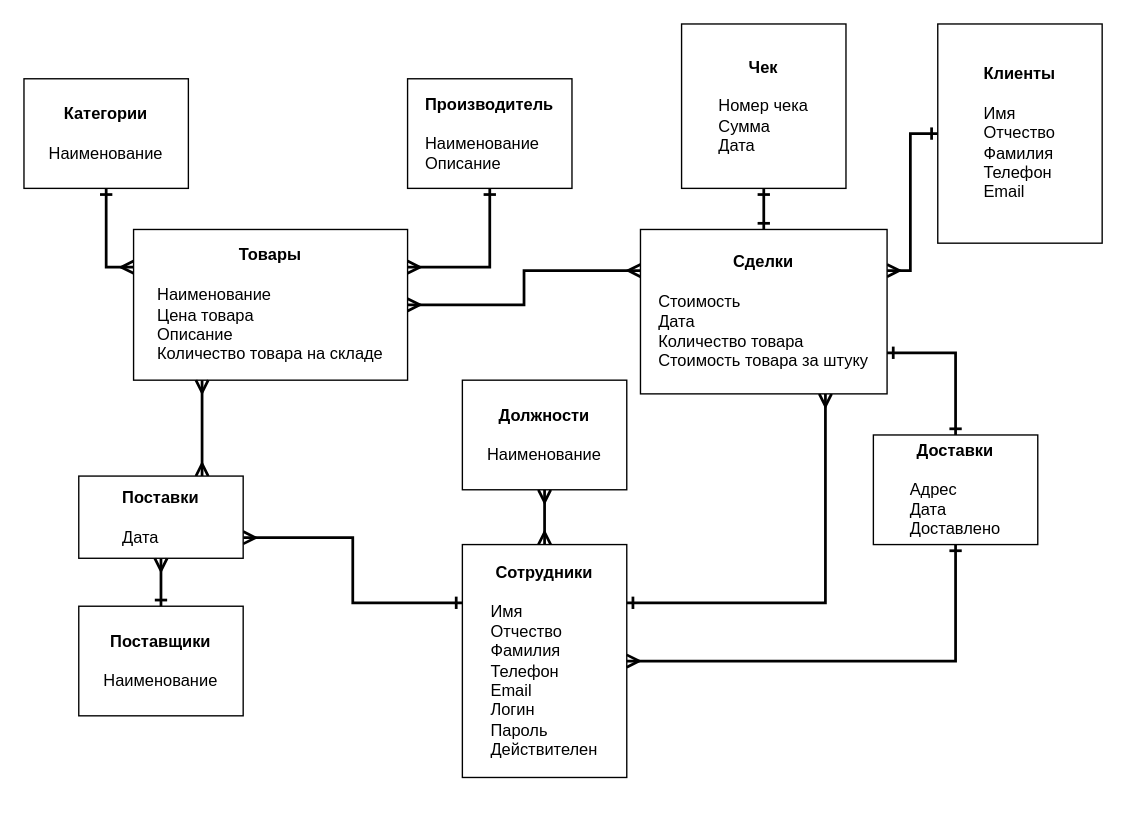
Above: page "v5" (5 of 5) of Инфологическая модель.drawio in maximzadorkin/onlinestore_svetlyachok (draw.io), before the change. Source tidied: cells renumbered, new cells numbered last; positions are measured from the earlier drawing's top-left corner, leaving out a move shared by most shapes. Both pictures are drawn from the tidied source at 137%, with x=0, y=0 at pixel (23, 23).
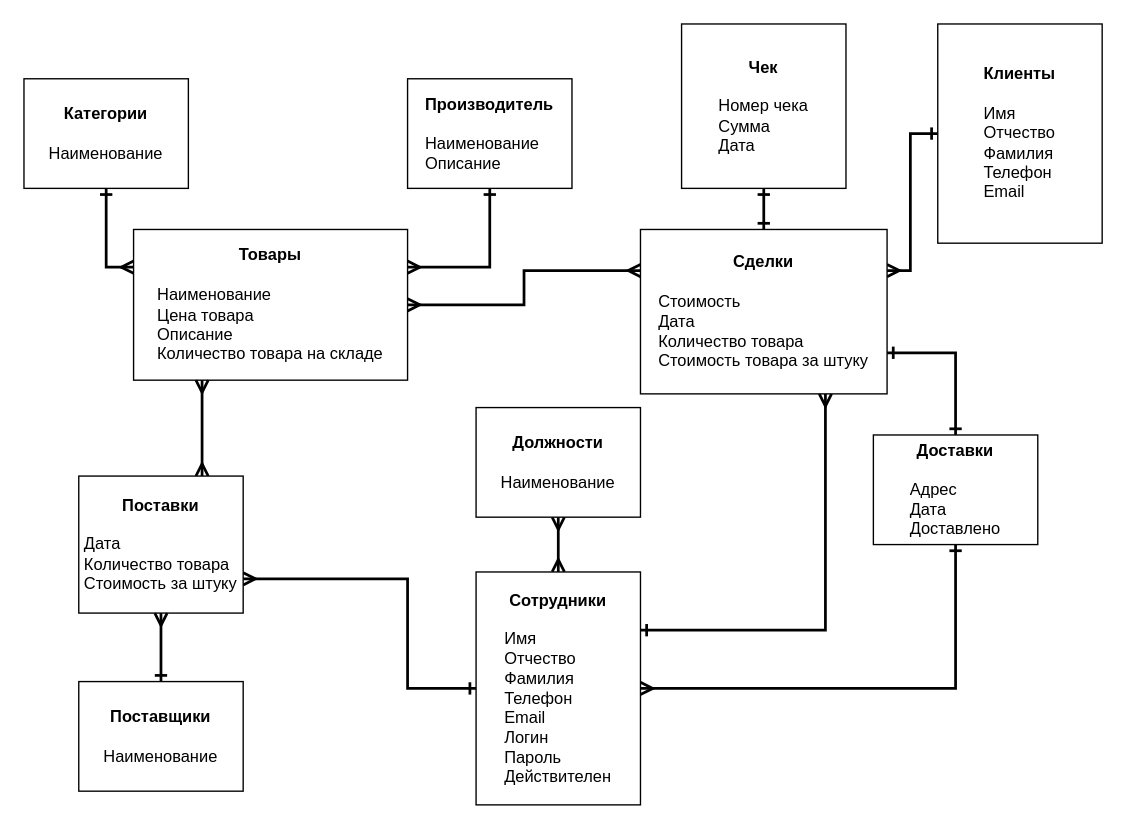
After the change.

The change refers to these unchanged cells:
```xml
<mxCell id="24" value="&lt;b&gt;Доставки&lt;/b&gt;&lt;br&gt;&lt;br&gt;&lt;div style=&quot;text-align: left&quot;&gt;Адрес&lt;/div&gt;&lt;div style=&quot;text-align: left&quot;&gt;Дата&lt;/div&gt;&lt;div style=&quot;text-align: left&quot;&gt;Доставлено&lt;/div&gt;" style="whiteSpace=wrap;html=1;" parent="1" vertex="1">
  <mxGeometry x="620" y="300" width="120" height="80" as="geometry" />
</mxCell>
```

What changed in the source:
```diff
@@
-    <mxCell id="9" style="edgeStyle=orthogonalEdgeStyle;rounded=0;jettySize=auto;html=1;exitX=0;exitY=0.25;exitDx=0;exitDy=0;entryX=1;entryY=0.75;entryDx=0;entryDy=0;startArrow=ERone;startFill=0;endArrow=ERmany;endFill=0;strokeWidth=2;" parent="1" edge="1" source="10" target="19">
+    <mxCell id="9" style="edgeStyle=orthogonalEdgeStyle;rounded=0;jettySize=auto;html=1;exitX=0;exitY=0.5;exitDx=0;exitDy=0;entryX=1;entryY=0.75;entryDx=0;entryDy=0;startArrow=ERone;startFill=0;endArrow=ERmany;endFill=0;strokeWidth=2;" parent="1" edge="1" source="10" target="19">
       <mxGeometry relative="1" as="geometry">
         <Array as="points">
-          <mxPoint x="240" y="423" />
-          <mxPoint x="240" y="375" />
+          <mxPoint x="280" y="485" />
+          <mxPoint x="280" y="405" />
         </Array>
       </mxGeometry>
     </mxCell>
     <mxCell id="10" value="&lt;b&gt;Сотрудники&lt;/b&gt;&lt;br&gt;&lt;br&gt;&lt;div style=&quot;text-align: left&quot;&gt;&lt;div&gt;Имя&amp;nbsp;&lt;/div&gt;&lt;div&gt;Отчество&lt;/div&gt;&lt;div&gt;Фамилия&lt;/div&gt;&lt;div&gt;Телефон&lt;/div&gt;&lt;div&gt;Email&lt;/div&gt;&lt;div&gt;Логин&lt;/div&gt;&lt;div&gt;Пароль&lt;/div&gt;&lt;div&gt;Действителен&lt;/div&gt;&lt;/div&gt;" style="whiteSpace=wrap;html=1;" parent="1" vertex="1">
-      <mxGeometry x="320" y="380" width="120" height="170" as="geometry" />
+      <mxGeometry x="330" y="400" width="120" height="170" as="geometry" />
     </mxCell>
@@
     <mxCell id="14" value="&lt;b&gt;Должности&lt;/b&gt;&lt;br&gt;&lt;br&gt;&lt;div style=&quot;text-align: left&quot;&gt;Наименование&lt;/div&gt;" style="whiteSpace=wrap;html=1;" parent="1" vertex="1">
-      <mxGeometry x="320" y="260" width="120" height="80" as="geometry" />
+      <mxGeometry x="330" y="280" width="120" height="80" as="geometry" />
     </mxCell>
@@
-    <mxCell id="19" value="&lt;b&gt;Поставки&lt;/b&gt;&lt;br&gt;&lt;div style=&quot;text-align: left&quot;&gt;&lt;br&gt;&lt;/div&gt;&lt;div style=&quot;text-align: left&quot;&gt;&lt;div&gt;Дата&lt;/div&gt;&lt;/div&gt;" style="whiteSpace=wrap;html=1;" parent="1" vertex="1">
-      <mxGeometry x="40" y="330" width="120" height="60" as="geometry" />
+    <mxCell id="19" value="&lt;b&gt;Поставки&lt;/b&gt;&lt;br&gt;&lt;div style=&quot;text-align: left&quot;&gt;&lt;br&gt;&lt;/div&gt;&lt;div style=&quot;text-align: left&quot;&gt;&lt;div&gt;Дата&lt;/div&gt;&lt;div&gt;Количество товара&lt;/div&gt;&lt;div&gt;Стоимость за штуку&lt;/div&gt;&lt;/div&gt;" style="whiteSpace=wrap;html=1;" parent="1" vertex="1">
+      <mxGeometry x="40" y="330" width="120" height="100" as="geometry" />
     </mxCell>
@@
     <mxCell id="21" value="&lt;b&gt;Поставщики&lt;/b&gt;&lt;br&gt;&lt;br&gt;&lt;div style=&quot;text-align: left&quot;&gt;&lt;span&gt;Наименование&lt;/span&gt;&lt;/div&gt;" style="whiteSpace=wrap;html=1;" parent="1" vertex="1">
-      <mxGeometry x="40" y="425" width="120" height="80" as="geometry" />
+      <mxGeometry x="40" y="480" width="120" height="80" as="geometry" />
     </mxCell>
@@
     <mxCell id="23" style="edgeStyle=orthogonalEdgeStyle;rounded=0;jettySize=auto;html=1;exitX=0.5;exitY=1;exitDx=0;exitDy=0;entryX=1;entryY=0.5;entryDx=0;entryDy=0;startArrow=ERone;startFill=0;endArrow=ERmany;endFill=0;strokeWidth=2;" parent="1" edge="1" source="24" target="10">
       <mxGeometry relative="1" as="geometry">
         <Array as="points">
-          <mxPoint x="680" y="465" />
+          <mxPoint x="680" y="485" />
         </Array>
       </mxGeometry>
     </mxCell>
```
